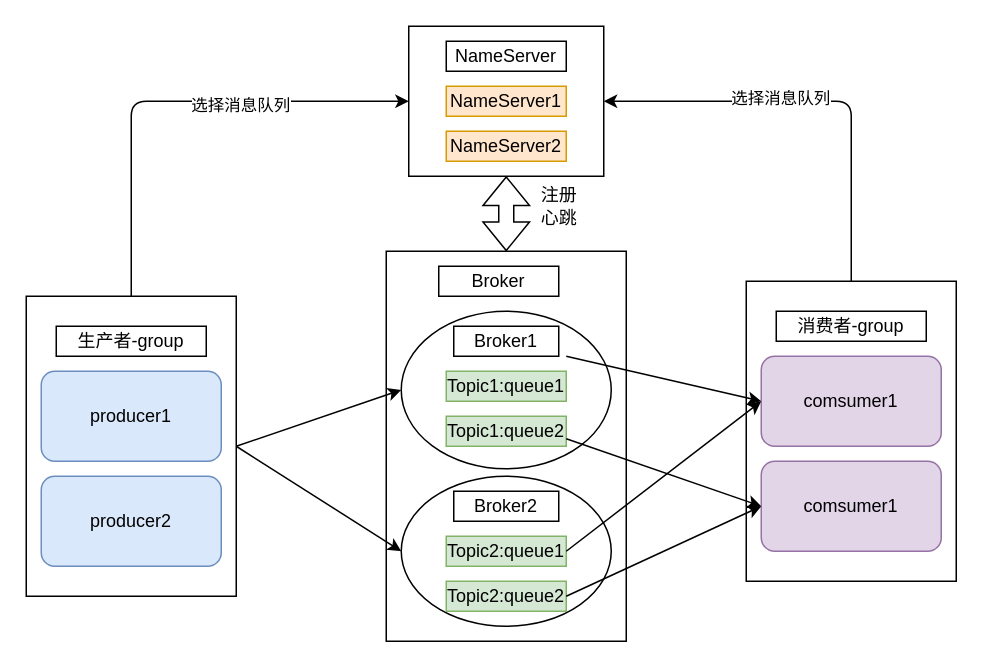
Earlier version of the draw.io diagram 未命名绘图.drawio (lys0422/-). Source tidied: cells renumbered, new cells numbered last; positions are measured from the earlier drawing's top-left corner, leaving out a move shared by most shapes. Both pictures are drawn from the tidied source at 150%, with x=0, y=0 at pixel (26, 26).
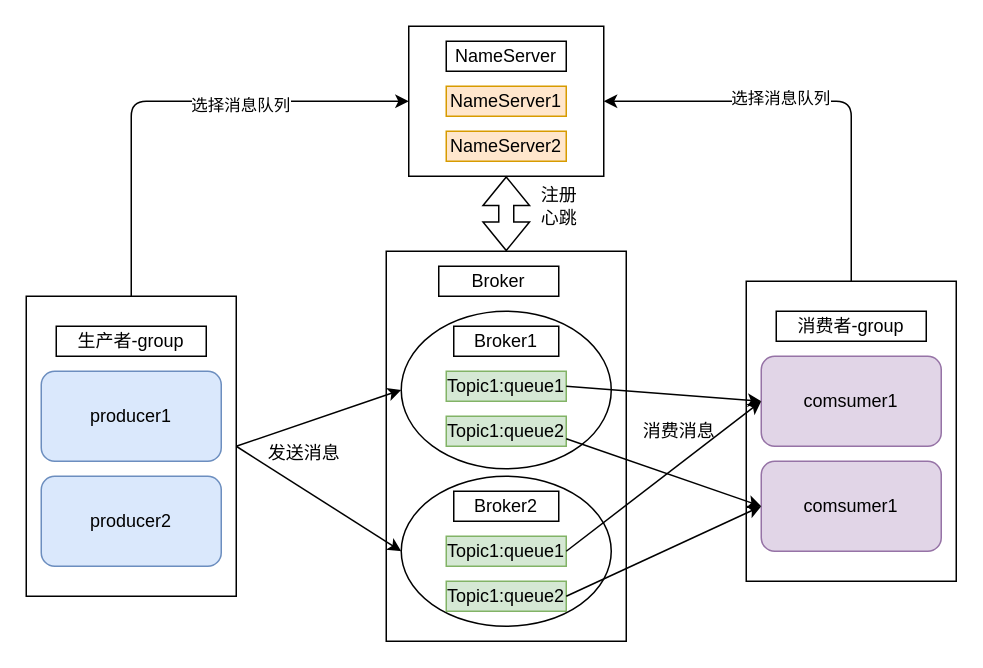
Above is the later version.

The change refers to these unchanged cells:
```xml
<mxCell id="10" value="comsumer1" style="rounded=1;whiteSpace=wrap;html=1;fillColor=#e1d5e7;strokeColor=#9673a6;" parent="1" vertex="1">
  <mxGeometry x="490" y="220" width="120" height="60" as="geometry" />
</mxCell>
<mxCell id="17" value="Topic1:queue1" style="rounded=0;whiteSpace=wrap;html=1;fillColor=#d5e8d4;strokeColor=#82b366;" parent="1" vertex="1">
  <mxGeometry x="280" y="230" width="80" height="20" as="geometry" />
</mxCell>
```

Diff of the diagram source:
```diff
@@
-    <mxCell id="19" value="Topic2:queue1" style="rounded=0;whiteSpace=wrap;html=1;fillColor=#d5e8d4;strokeColor=#82b366;" parent="1" vertex="1">
+    <mxCell id="19" value="Topic1:queue1" style="rounded=0;whiteSpace=wrap;html=1;fillColor=#d5e8d4;strokeColor=#82b366;" parent="1" vertex="1">
       <mxGeometry x="280" y="340" width="80" height="20" as="geometry" />
     </mxCell>
-    <mxCell id="20" value="Topic2:queue2" style="rounded=0;whiteSpace=wrap;html=1;fillColor=#d5e8d4;strokeColor=#82b366;" parent="1" vertex="1">
+    <mxCell id="20" value="Topic1:queue2" style="rounded=0;whiteSpace=wrap;html=1;fillColor=#d5e8d4;strokeColor=#82b366;" parent="1" vertex="1">
       <mxGeometry x="280" y="370" width="80" height="20" as="geometry" />
     </mxCell>
@@
-    <mxCell id="31" style="edgeStyle=none;jettySize=auto;html=1;rounded=0;shadow=0;exitX=1;exitY=0.75;exitDx=0;exitDy=0;entryX=0;entryY=0.5;entryDx=0;entryDy=0;" parent="1" edge="1" target="10">
-      <mxGeometry relative="1" as="geometry">
-        <mxPoint x="360" y="220" as="sourcePoint" />
-      </mxGeometry>
+    <mxCell id="31" style="edgeStyle=none;jettySize=auto;html=1;rounded=0;shadow=0;exitX=1;exitY=0.5;exitDx=0;exitDy=0;entryX=0;entryY=0.5;entryDx=0;entryDy=0;" parent="1" edge="1" source="17" target="10">
+      <mxGeometry relative="1" as="geometry" />
     </mxCell>
@@
+    <mxCell id="36" value="发送消息" style="text;html=1;align=center;verticalAlign=middle;strokeColor=none;fillColor=none;" parent="1" vertex="1">
+      <mxGeometry x="150" y="270" width="70" height="30" as="geometry" />
+    </mxCell>
+    <mxCell id="37" value="消费消息" style="text;html=1;align=center;verticalAlign=middle;strokeColor=none;fillColor=none;" parent="1" vertex="1">
+      <mxGeometry x="400" y="255" width="70" height="30" as="geometry" />
+    </mxCell>
```
